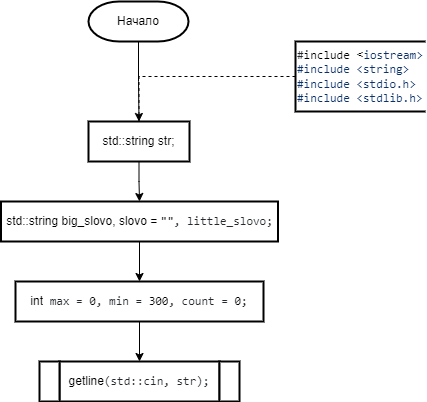
Earlier version of the draw.io export 2 Семестр/Labs/6 Лаба/6 Лаба.png (IlyaFedoseev227/LABS-PNRPU-IVT-22-1b). Source tidied: cells renumbered, new cells last; positions are measured from the earlier drawing's top-left corner, leaving out a move shared by most shapes.
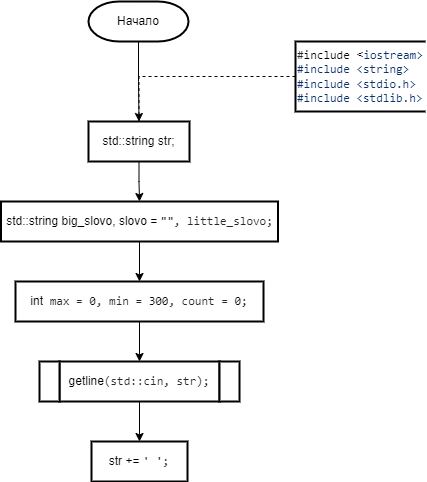
After the change.

What changed in the source:
```diff
@@ -36,6 +36,9 @@
     <mxCell id="11" value="&lt;div style=&quot;text-align: start;&quot;&gt;int&lt;span style=&quot;color: rgb(36, 41, 47); font-family: ui-monospace, SFMono-Regular, &amp;quot;SF Mono&amp;quot;, Menlo, Consolas, &amp;quot;Liberation Mono&amp;quot;, monospace; background-color: rgb(255, 255, 255);&quot;&gt; max = &lt;/span&gt;&lt;span style=&quot;box-sizing: border-box; color: var(--color-prettylights-syntax-constant); font-family: ui-monospace, SFMono-Regular, &amp;quot;SF Mono&amp;quot;, Menlo, Consolas, &amp;quot;Liberation Mono&amp;quot;, monospace; background-color: rgb(255, 255, 255);&quot; class=&quot;pl-c1&quot;&gt;0&lt;/span&gt;&lt;span style=&quot;color: rgb(36, 41, 47); font-family: ui-monospace, SFMono-Regular, &amp;quot;SF Mono&amp;quot;, Menlo, Consolas, &amp;quot;Liberation Mono&amp;quot;, monospace; background-color: rgb(255, 255, 255);&quot;&gt;, min = &lt;/span&gt;&lt;span style=&quot;box-sizing: border-box; color: var(--color-prettylights-syntax-constant); font-family: ui-monospace, SFMono-Regular, &amp;quot;SF Mono&amp;quot;, Menlo, Consolas, &amp;quot;Liberation Mono&amp;quot;, monospace; background-color: rgb(255, 255, 255);&quot; class=&quot;pl-c1&quot;&gt;300&lt;/span&gt;&lt;span style=&quot;color: rgb(36, 41, 47); font-family: ui-monospace, SFMono-Regular, &amp;quot;SF Mono&amp;quot;, Menlo, Consolas, &amp;quot;Liberation Mono&amp;quot;, monospace; background-color: rgb(255, 255, 255);&quot;&gt;, count = &lt;/span&gt;&lt;span style=&quot;box-sizing: border-box; color: var(--color-prettylights-syntax-constant); font-family: ui-monospace, SFMono-Regular, &amp;quot;SF Mono&amp;quot;, Menlo, Consolas, &amp;quot;Liberation Mono&amp;quot;, monospace; background-color: rgb(255, 255, 255);&quot; class=&quot;pl-c1&quot;&gt;0&lt;/span&gt;&lt;span style=&quot;color: rgb(36, 41, 47); font-family: ui-monospace, SFMono-Regular, &amp;quot;SF Mono&amp;quot;, Menlo, Consolas, &amp;quot;Liberation Mono&amp;quot;, monospace; background-color: rgb(255, 255, 255);&quot;&gt;;&lt;/span&gt;&lt;br&gt;&lt;/div&gt;" style="shape=parallelogram;perimeter=parallelogramPerimeter;whiteSpace=wrap;html=1;fixedSize=1;strokeWidth=2;size=-6;" parent="1" vertex="1">
       <mxGeometry x="14" y="280" width="248" height="40" as="geometry" />
     </mxCell>
+    <mxCell id="15" style="edgeStyle=orthogonalEdgeStyle;rounded=0;jettySize=auto;html=1;exitX=0.5;exitY=1;exitDx=0;exitDy=0;strokeWidth=1;endArrow=classic;endFill=1;" parent="1" edge="1" source="12" target="16">
+      <mxGeometry relative="1" as="geometry" />
+    </mxCell>
     <mxCell id="12" value="&lt;div style=&quot;text-align: start;&quot;&gt;getline&lt;span style=&quot;color: rgb(36, 41, 47); font-family: ui-monospace, SFMono-Regular, &amp;quot;SF Mono&amp;quot;, Menlo, Consolas, &amp;quot;Liberation Mono&amp;quot;, monospace; background-color: rgb(255, 255, 255);&quot;&gt;(std::cin, str);&lt;/span&gt;&lt;br&gt;&lt;/div&gt;" style="shape=parallelogram;perimeter=parallelogramPerimeter;whiteSpace=wrap;html=1;fixedSize=1;strokeWidth=2;size=-6;" parent="1" vertex="1">
       <mxGeometry x="58" y="360" width="160" height="40" as="geometry" />
     </mxCell>
@@ -45,5 +48,8 @@
     <mxCell id="14" value="&lt;div style=&quot;text-align: start;&quot;&gt;&lt;br&gt;&lt;/div&gt;" style="shape=parallelogram;perimeter=parallelogramPerimeter;whiteSpace=wrap;html=1;fixedSize=1;strokeWidth=2;size=-6;" parent="1" vertex="1">
       <mxGeometry x="38" y="360" width="20" height="40" as="geometry" />
     </mxCell>
+    <mxCell id="16" value="&lt;div style=&quot;text-align: start;&quot;&gt;str += &lt;span style=&quot;box-sizing: border-box; color: var(--color-prettylights-syntax-string); font-family: ui-monospace, SFMono-Regular, &amp;quot;SF Mono&amp;quot;, Menlo, Consolas, &amp;quot;Liberation Mono&amp;quot;, monospace; background-color: rgb(255, 255, 255);&quot; class=&quot;pl-s&quot;&gt;&lt;span style=&quot;box-sizing: border-box; color: var(--color-prettylights-syntax-string);&quot; class=&quot;pl-pds&quot;&gt;'&lt;/span&gt; &lt;span style=&quot;box-sizing: border-box; color: var(--color-prettylights-syntax-string);&quot; class=&quot;pl-pds&quot;&gt;'&lt;/span&gt;&lt;/span&gt;&lt;span style=&quot;color: rgb(36, 41, 47); font-family: ui-monospace, SFMono-Regular, &amp;quot;SF Mono&amp;quot;, Menlo, Consolas, &amp;quot;Liberation Mono&amp;quot;, monospace; background-color: rgb(255, 255, 255);&quot;&gt;;&lt;/span&gt;&lt;br&gt;&lt;/div&gt;" style="shape=parallelogram;perimeter=parallelogramPerimeter;whiteSpace=wrap;html=1;fixedSize=1;strokeWidth=2;size=-6;" parent="1" vertex="1">
+      <mxGeometry x="90" y="440" width="96" height="40" as="geometry" />
+    </mxCell>
   </root>
 </mxGraphModel>
```
